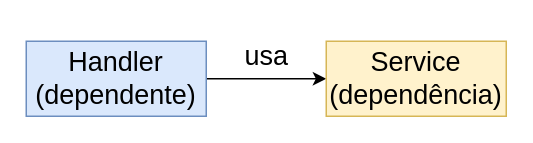
andre-j3sus/isel-leic-notes keeps this draw.io diagram as page "Inversion of Control" (1 of 3) of 5th-semester/daw/docs/daw-diagrams.drawio. Above is the earlier version. Source tidied: cells renumbered, new cells numbered last; positions are measured from the earlier drawing's top-left corner, leaving out a move shared by most shapes. Both pictures are drawn from the tidied source at 150%, with x=0, y=0 at pixel (26, 26).
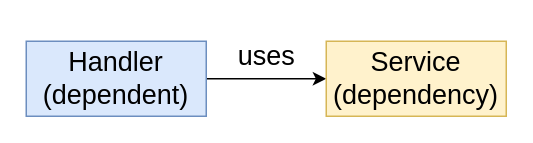
The same page after the edit.

The edit, as a diff of the source:
```diff
@@
 <mxGraphModel>
   <root>
     <mxCell id="0" />
     <mxCell id="1" parent="0" />
     <mxCell id="2" style="edgeStyle=orthogonalEdgeStyle;rounded=0;jettySize=auto;html=1;entryX=0;entryY=0.5;entryDx=0;entryDy=0;fontSize=18;" parent="1" edge="1" source="3" target="4">
       <mxGeometry relative="1" as="geometry" />
     </mxCell>
-    <mxCell id="3" value="&lt;font style=&quot;font-size: 18px;&quot;&gt;Handler&lt;br&gt;(dependente)&lt;br&gt;&lt;/font&gt;" style="rounded=0;whiteSpace=wrap;html=1;fillColor=#dae8fc;strokeColor=#6c8ebf;" parent="1" vertex="1">
+    <mxCell id="3" value="&lt;font style=&quot;font-size: 18px;&quot;&gt;Handler&lt;br&gt;(dependent)&lt;br&gt;&lt;/font&gt;" style="rounded=0;whiteSpace=wrap;html=1;fillColor=#dae8fc;strokeColor=#6c8ebf;" parent="1" vertex="1">
       <mxGeometry y="10" width="120" height="50" as="geometry" />
     </mxCell>
-    <mxCell id="4" value="&lt;font style=&quot;font-size: 18px;&quot;&gt;Service &lt;br&gt;(dependência)&lt;/font&gt;" style="rounded=0;whiteSpace=wrap;html=1;fillColor=#fff2cc;strokeColor=#d6b656;" parent="1" vertex="1">
+    <mxCell id="4" value="&lt;font style=&quot;font-size: 18px;&quot;&gt;Service &lt;br&gt;(dependency)&lt;/font&gt;" style="rounded=0;whiteSpace=wrap;html=1;fillColor=#fff2cc;strokeColor=#d6b656;" parent="1" vertex="1">
       <mxGeometry x="200" y="10" width="120" height="50" as="geometry" />
     </mxCell>
-    <mxCell id="5" value="usa" style="text;html=1;align=center;verticalAlign=middle;strokeColor=none;fillColor=none;fontSize=18;" parent="1" vertex="1">
-      <mxGeometry x="135" width="50" height="40" as="geometry" />
+    <mxCell id="5" value="uses" style="text;html=1;align=center;verticalAlign=middle;strokeColor=none;fillColor=none;fontSize=18;" parent="1" vertex="1">
+      <mxGeometry x="130" width="60" height="40" as="geometry" />
     </mxCell>
   </root>
 </mxGraphModel>
```
